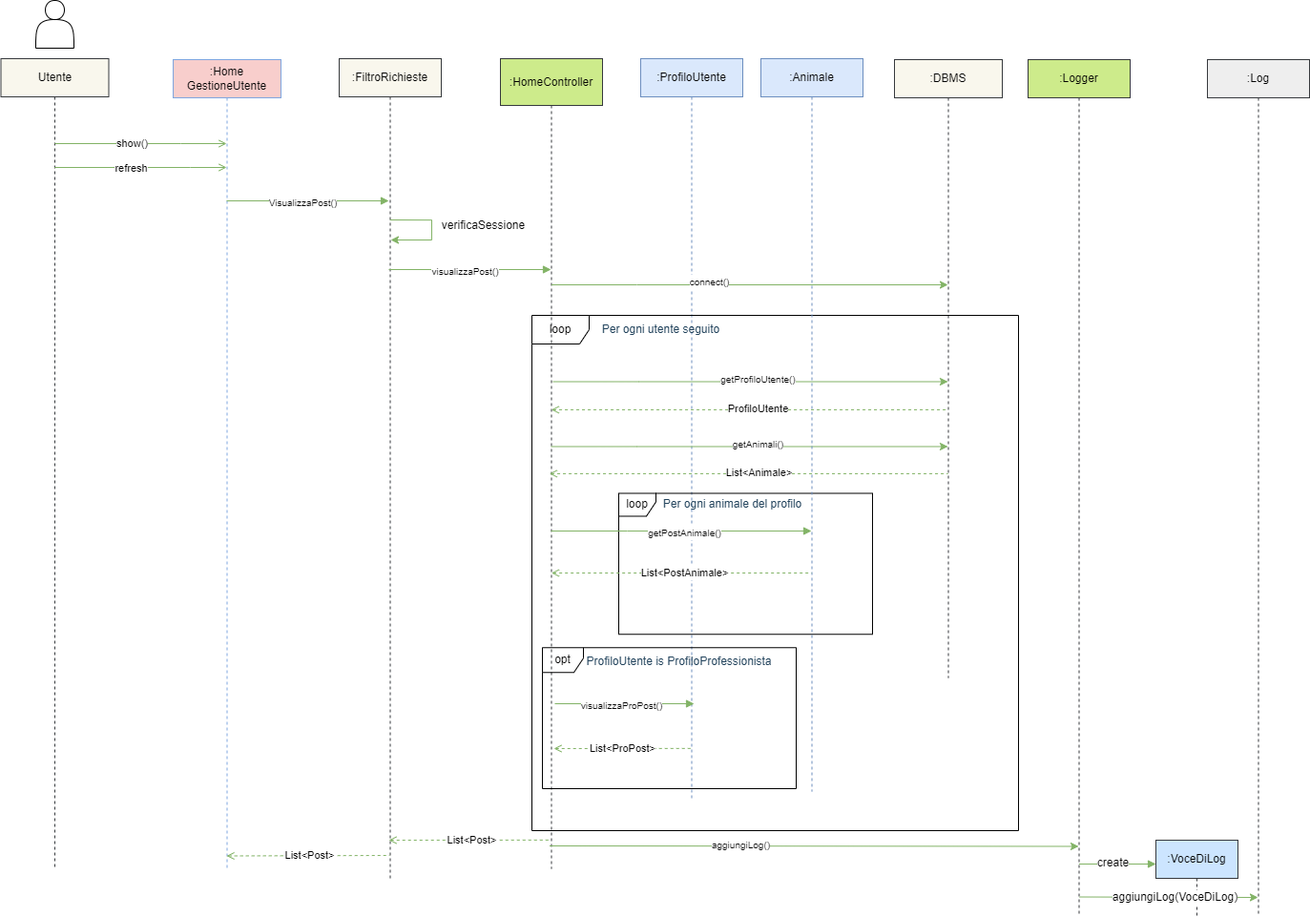
Before: DiagrammiSequenzaAvanzato/DiagrammaSequenzaCaricamentoHomeAvanzato.drawio (1).png, a diagram exported from draw.io (Iannicc/Pet-Party). Source tidied: cells renumbered, new cells last; positions are measured from the earlier drawing's top-left corner, leaving out a move shared by most shapes.
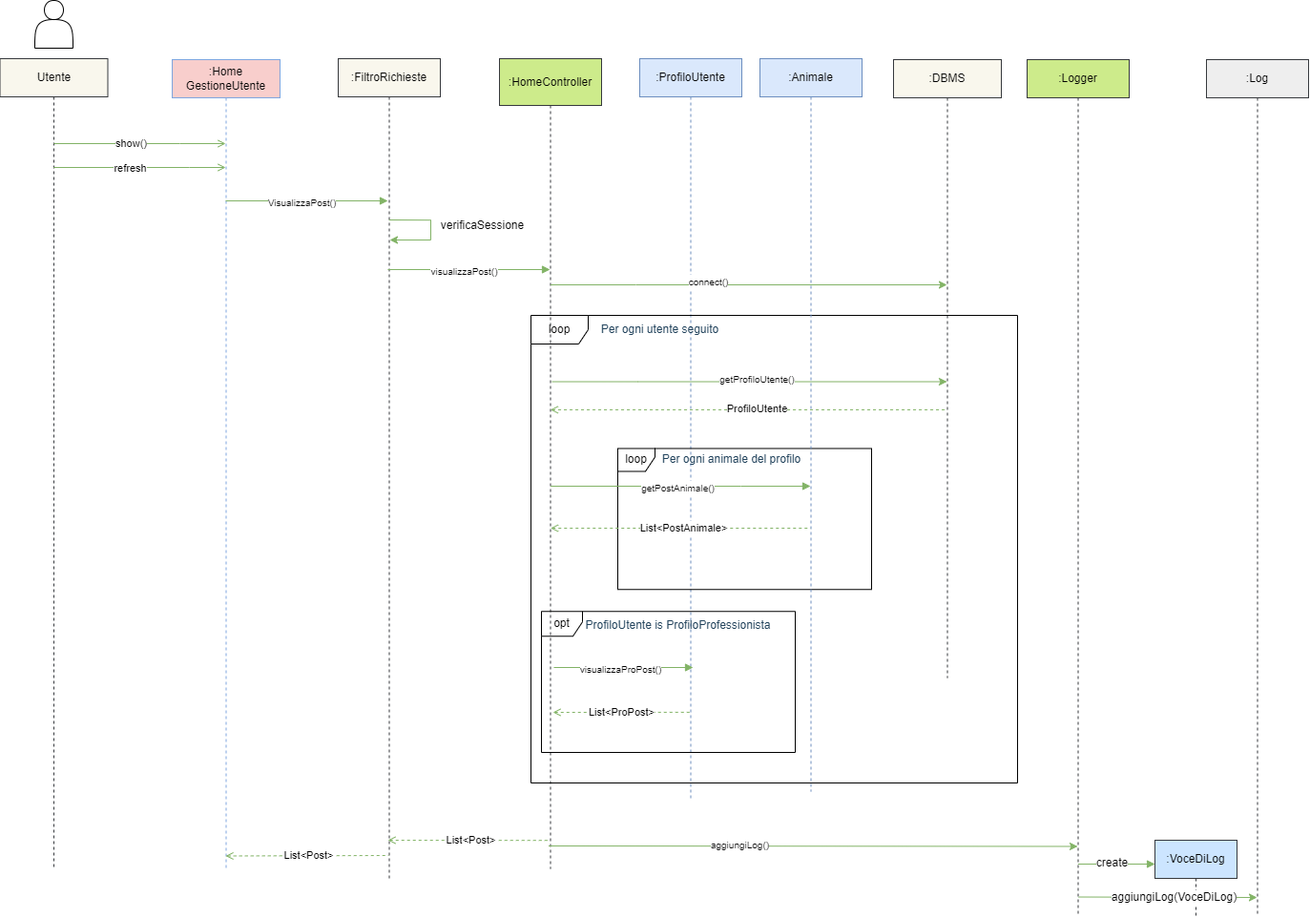
Later version of the same file.

The edit, as a diff of the source:
```diff
@@ -165,80 +165,56 @@
       </mxGeometry>
     </mxCell>
     <mxCell id="33" value="&lt;font color=&quot;#000000&quot;&gt;loop&lt;/font&gt;" style="shape=umlFrame;whiteSpace=wrap;html=1;fillColor=none;strokeColor=#000000;" parent="1" vertex="1">
-      <mxGeometry x="556" y="330" width="510" height="540" as="geometry" />
+      <mxGeometry x="556" y="330" width="510" height="490" as="geometry" />
     </mxCell>
     <mxCell id="34" value="Per ogni utente seguito" style="text;html=1;align=center;verticalAlign=middle;strokeColor=none;fillColor=none;fontColor=#23445D;" parent="1" vertex="1">
       <mxGeometry x="616" y="330" width="150" height="30" as="geometry" />
     </mxCell>
     <mxCell id="35" value="&lt;font color=&quot;#000000&quot;&gt;loop&lt;/font&gt;" style="shape=umlFrame;whiteSpace=wrap;html=1;fillColor=none;strokeColor=#000000;width=39;height=24;" parent="1" vertex="1">
-      <mxGeometry x="647" y="516.5" width="266" height="147.8" as="geometry" />
+      <mxGeometry x="647" y="469.5" width="266" height="147.8" as="geometry" />
     </mxCell>
     <mxCell id="36" value="Per ogni animale del profilo" style="text;html=1;align=center;verticalAlign=middle;fontColor=#23445D;" parent="1" vertex="1">
-      <mxGeometry x="681" y="513" width="170" height="30" as="geometry" />
+      <mxGeometry x="681" y="466" width="170" height="30" as="geometry" />
     </mxCell>
-    <mxCell id="37" style="html=1;verticalAlign=bottom;endArrow=classic;edgeStyle=elbowEdgeStyle;elbow=vertical;curved=0;rounded=0;fillColor=#d5e8d4;strokeColor=#82b366;endFill=1;" parent="1" edge="1" target="14">
-      <mxGeometry relative="1" as="geometry">
-        <mxPoint x="576.2" y="467.5" as="sourcePoint" />
-        <Array as="points">
-          <mxPoint x="665.8" y="467.5" />
-          <mxPoint x="716.8" y="405.5" />
-        </Array>
-      </mxGeometry>
-    </mxCell>
-    <mxCell id="38" value="&lt;font style=&quot;font-size: 10px;&quot;&gt;getAnimali()&lt;br&gt;&lt;/font&gt;" style="text;html=1;align=center;verticalAlign=middle;strokeColor=none;fillColor=none;labelBackgroundColor=#ffffff;fontColor=#000000;" parent="1" vertex="1">
-      <mxGeometry x="753" y="450" width="80" height="30" as="geometry" />
-    </mxCell>
-    <mxCell id="39" style="html=1;verticalAlign=bottom;endArrow=none;edgeStyle=elbowEdgeStyle;elbow=vertical;curved=0;rounded=0;fillColor=#d5e8d4;strokeColor=#82b366;endFill=0;startArrow=open;startFill=0;dashed=1;" parent="1" edge="1">
-      <mxGeometry relative="1" as="geometry">
-        <mxPoint x="574.3" y="495.9" as="sourcePoint" />
-        <mxPoint x="992" y="495.9" as="targetPoint" />
-        <Array as="points">
-          <mxPoint x="784.9" y="495.9" />
-        </Array>
-      </mxGeometry>
-    </mxCell>
-    <mxCell id="40" value="&lt;font style=&quot;font-size: 11px;&quot;&gt;List&amp;lt;Animale&amp;gt;&lt;/font&gt;" style="edgeLabel;html=1;align=center;verticalAlign=middle;fontSize=12;fontFamily=Helvetica;fontColor=#000000;labelBackgroundColor=#ffffff;" parent="39" vertex="1">
-      <mxGeometry x="-0.06" y="1" relative="1" as="geometry">
-        <mxPoint x="24" as="offset" />
-      </mxGeometry>
-    </mxCell>
-    <mxCell id="41" style="html=1;verticalAlign=bottom;endArrow=block;edgeStyle=elbowEdgeStyle;elbow=vertical;curved=0;rounded=0;fillColor=#d5e8d4;strokeColor=#82b366;endFill=1;" parent="1" edge="1" target="43">
+    <mxCell id="41" style="html=1;verticalAlign=bottom;endArrow=block;edgeStyle=elbowEdgeStyle;elbow=vertical;curved=0;rounded=0;fillColor=#d5e8d4;strokeColor=#82b366;endFill=1;" parent="1" edge="1">
       <mxGeometry relative="1" as="geometry">
-        <mxPoint x="576" y="556" as="sourcePoint" />
+        <mxPoint x="576.5" y="509" as="sourcePoint" />
+        <mxPoint x="849" y="509" as="targetPoint" />
         <Array as="points">
-          <mxPoint x="656" y="556" />
-          <mxPoint x="707" y="494" />
+          <mxPoint x="776" y="509" />
+          <mxPoint x="707" y="447" />
         </Array>
       </mxGeometry>
     </mxCell>
     <mxCell id="42" value="&lt;span style=&quot;font-size: 10px;&quot;&gt;getPostAnimale()&lt;/span&gt;" style="text;html=1;align=center;verticalAlign=middle;strokeColor=none;fillColor=none;labelBackgroundColor=#ffffff;fontColor=#000000;" parent="1" vertex="1">
-      <mxGeometry x="666" y="543" width="100" height="30" as="geometry" />
+      <mxGeometry x="660" y="496" width="100" height="30" as="geometry" />
     </mxCell>
     <mxCell id="43" value="&lt;font color=&quot;#000000&quot;&gt;:Animale&lt;/font&gt;" style="shape=umlLifeline;perimeter=lifelinePerimeter;whiteSpace=wrap;html=1;outlineConnect=0;portConstraint=eastwest;newEdgeStyle={&quot;edgeStyle&quot;:&quot;elbowEdgeStyle&quot;,&quot;elbow&quot;:&quot;vertical&quot;,&quot;curved&quot;:0,&quot;rounded&quot;:0};fillColor=#dae8fc;strokeColor=#6c8ebf;" parent="1" vertex="1">
       <mxGeometry x="796" y="61" width="107" height="768" as="geometry" />
     </mxCell>
     <mxCell id="44" value="&lt;font color=&quot;#000000&quot;&gt;opt&lt;/font&gt;" style="shape=umlFrame;whiteSpace=wrap;html=1;fillColor=none;strokeColor=#000000;width=43;height=26;" parent="1" vertex="1">
-      <mxGeometry x="567" y="678.2" width="266" height="147.8" as="geometry" />
+      <mxGeometry x="567" y="640.2" width="266" height="147.8" as="geometry" />
     </mxCell>
     <mxCell id="45" style="html=1;verticalAlign=bottom;endArrow=block;edgeStyle=elbowEdgeStyle;elbow=vertical;curved=0;rounded=0;fillColor=#d5e8d4;strokeColor=#82b366;endFill=1;" parent="1" edge="1">
       <mxGeometry relative="1" as="geometry">
-        <mxPoint x="580" y="737" as="sourcePoint" />
-        <mxPoint x="726" y="737" as="targetPoint" />
+        <mxPoint x="580" y="699" as="sourcePoint" />
+        <mxPoint x="726" y="699" as="targetPoint" />
         <Array as="points">
-          <mxPoint x="660" y="737" />
-          <mxPoint x="711" y="675" />
+          <mxPoint x="660" y="699" />
+          <mxPoint x="711" y="637" />
         </Array>
       </mxGeometry>
     </mxCell>
     <mxCell id="46" value="&lt;span style=&quot;font-size: 10px;&quot;&gt;visualizzaProPost()&lt;/span&gt;" style="text;html=1;align=center;verticalAlign=middle;strokeColor=none;fillColor=none;labelBackgroundColor=#ffffff;fontColor=#000000;" parent="1" vertex="1">
-      <mxGeometry x="595" y="724" width="110" height="30" as="geometry" />
+      <mxGeometry x="595" y="686" width="110" height="30" as="geometry" />
     </mxCell>
     <mxCell id="47" value="ProfiloUtente is ProfiloProfessionista" style="text;html=1;align=center;verticalAlign=middle;fontColor=#23445D;" parent="1" vertex="1">
-      <mxGeometry x="600" y="678.2" width="220" height="30" as="geometry" />
+      <mxGeometry x="600" y="640.2" width="220" height="30" as="geometry" />
     </mxCell>
-    <mxCell id="48" style="html=1;verticalAlign=bottom;endArrow=none;edgeStyle=elbowEdgeStyle;elbow=vertical;curved=0;rounded=0;fillColor=#d5e8d4;strokeColor=#82b366;endFill=0;startArrow=open;startFill=0;dashed=1;" parent="1" edge="1" target="25">
+    <mxCell id="48" style="html=1;verticalAlign=bottom;endArrow=none;edgeStyle=elbowEdgeStyle;elbow=vertical;curved=0;rounded=0;fillColor=#d5e8d4;strokeColor=#82b366;endFill=0;startArrow=open;startFill=0;dashed=1;" parent="1" edge="1">
       <mxGeometry relative="1" as="geometry">
-        <mxPoint x="579" y="784" as="sourcePoint" />
+        <mxPoint x="579" y="746" as="sourcePoint" />
+        <mxPoint x="723" y="746" as="targetPoint" />
       </mxGeometry>
     </mxCell>
     <mxCell id="49" value="&lt;font style=&quot;font-size: 11px;&quot;&gt;List&amp;lt;ProPost&amp;gt;&lt;/font&gt;" style="edgeLabel;html=1;align=center;verticalAlign=middle;fontSize=12;fontFamily=Helvetica;fontColor=#000000;labelBackgroundColor=#ffffff;" parent="48" vertex="1">
@@ -281,10 +257,12 @@
         <mxPoint x="7" y="1" as="offset" />
       </mxGeometry>
     </mxCell>
-    <mxCell id="56" style="html=1;verticalAlign=bottom;endArrow=none;edgeStyle=elbowEdgeStyle;elbow=vertical;curved=0;rounded=0;fillColor=#d5e8d4;strokeColor=#82b366;endFill=0;startArrow=open;startFill=0;dashed=1;" parent="1" edge="1" source="13" target="43">
+    <mxCell id="56" style="html=1;verticalAlign=bottom;endArrow=none;edgeStyle=elbowEdgeStyle;elbow=vertical;curved=0;rounded=0;fillColor=#d5e8d4;strokeColor=#82b366;endFill=0;startArrow=open;startFill=0;dashed=1;" parent="1" edge="1">
       <mxGeometry relative="1" as="geometry">
+        <mxPoint x="576.5" y="553" as="sourcePoint" />
+        <mxPoint x="849" y="553" as="targetPoint" />
         <Array as="points">
-          <mxPoint x="716" y="600" />
+          <mxPoint x="716" y="553" />
         </Array>
       </mxGeometry>
     </mxCell>
```
